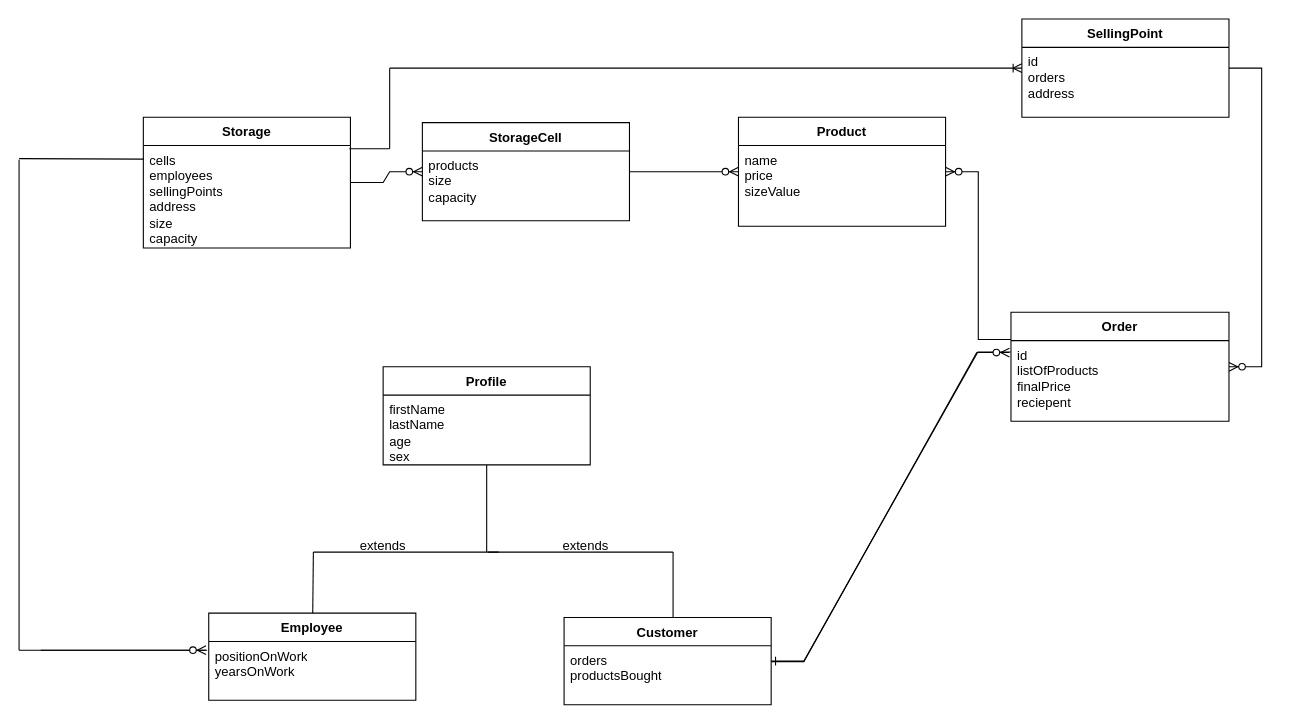
This is diagram/Project_diagram.drawio from LebGes-classes/second-project-xJust-N, a draw.io file, before an edit. Source tidied: cells renumbered, new cells numbered last; positions are measured from the earlier drawing's top-left corner, leaving out a move shared by most shapes. Both pictures are drawn from the tidied source at 109%, with x=0, y=0 at pixel (19, 19).
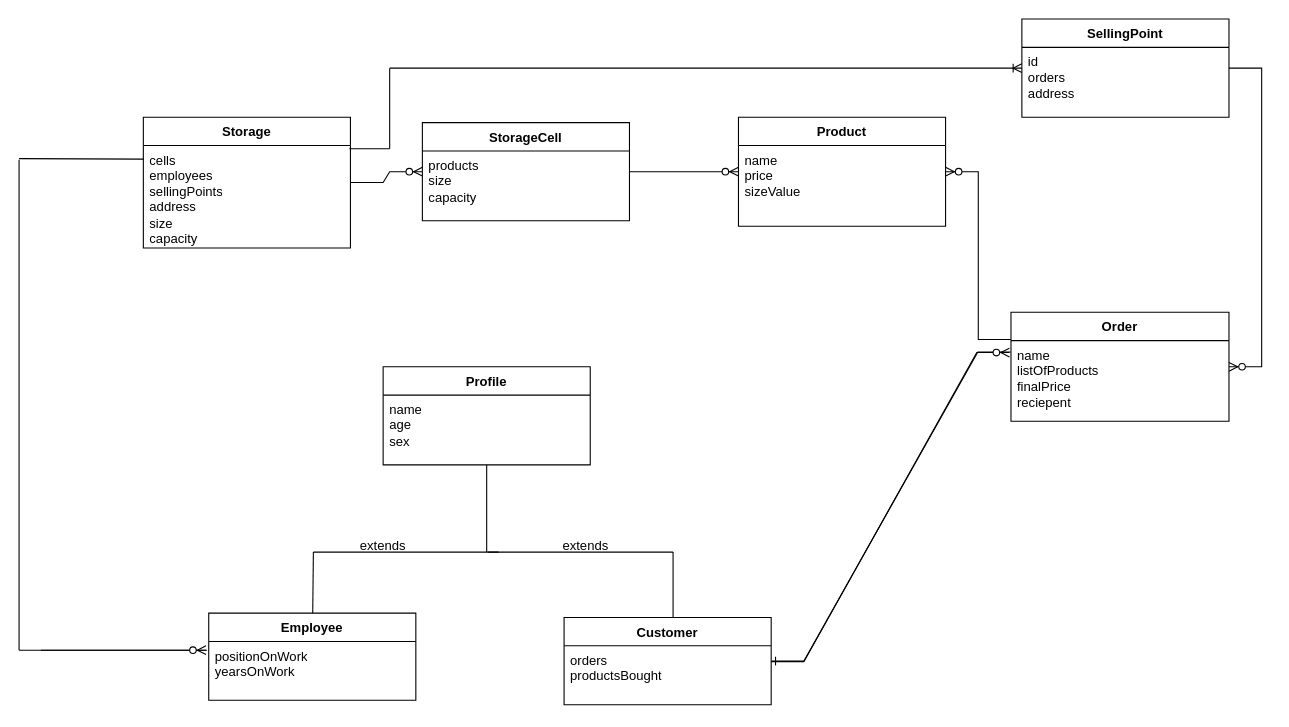
Above is the later version.

The change refers to these unchanged cells:
```xml
<mxCell id="10" value="Profile" style="swimlane;fontStyle=1;align=center;verticalAlign=top;horizontal=1;startSize=26;whiteSpace=wrap;html=1;" parent="1" vertex="1">
  <mxGeometry x="334" y="319" width="190" height="90" as="geometry" />
</mxCell>
<mxCell id="22" value="Order" style="swimlane;fontStyle=1;align=center;verticalAlign=top;horizontal=1;startSize=26;whiteSpace=wrap;html=1;" parent="1" vertex="1">
  <mxGeometry x="910" y="269" width="200" height="100" as="geometry" />
</mxCell>
```

The edit, as a diff of the source:
```diff
@@
-    <mxCell id="11" value="&lt;div&gt;firstName&lt;/div&gt;&lt;div&gt;lastName&lt;/div&gt;&lt;div&gt;age&lt;/div&gt;&lt;div&gt;sex&lt;/div&gt;" style="text;strokeColor=none;fillColor=none;align=left;verticalAlign=top;spacingLeft=4;spacingRight=4;overflow=hidden;whiteSpace=wrap;html=1;" parent="10" vertex="1">
+    <mxCell id="11" value="&lt;div&gt;name&lt;/div&gt;&lt;div&gt;age&lt;/div&gt;&lt;div&gt;sex&lt;/div&gt;" style="text;strokeColor=none;fillColor=none;align=left;verticalAlign=top;spacingLeft=4;spacingRight=4;overflow=hidden;whiteSpace=wrap;html=1;" parent="10" vertex="1">
       <mxGeometry y="26" width="190" height="64" as="geometry" />
     </mxCell>
@@
-    <mxCell id="23" value="&lt;div&gt;id&lt;/div&gt;&lt;div&gt;listOfProducts&lt;/div&gt;&lt;div&gt;finalPrice&lt;/div&gt;&lt;div&gt;reciepent&lt;/div&gt;" style="text;strokeColor=none;fillColor=none;align=left;verticalAlign=top;spacingLeft=4;spacingRight=4;overflow=hidden;points=[[0,0.5],[1,0.5]];portConstraint=eastwest;whiteSpace=wrap;html=1;" parent="22" vertex="1">
+    <mxCell id="23" value="&lt;div&gt;name&lt;/div&gt;&lt;div&gt;listOfProducts&lt;/div&gt;&lt;div&gt;finalPrice&lt;/div&gt;&lt;div&gt;reciepent&lt;/div&gt;" style="text;strokeColor=none;fillColor=none;align=left;verticalAlign=top;spacingLeft=4;spacingRight=4;overflow=hidden;points=[[0,0.5],[1,0.5]];portConstraint=eastwest;whiteSpace=wrap;html=1;" parent="22" vertex="1">
       <mxGeometry y="26" width="200" height="74" as="geometry" />
     </mxCell>
```
